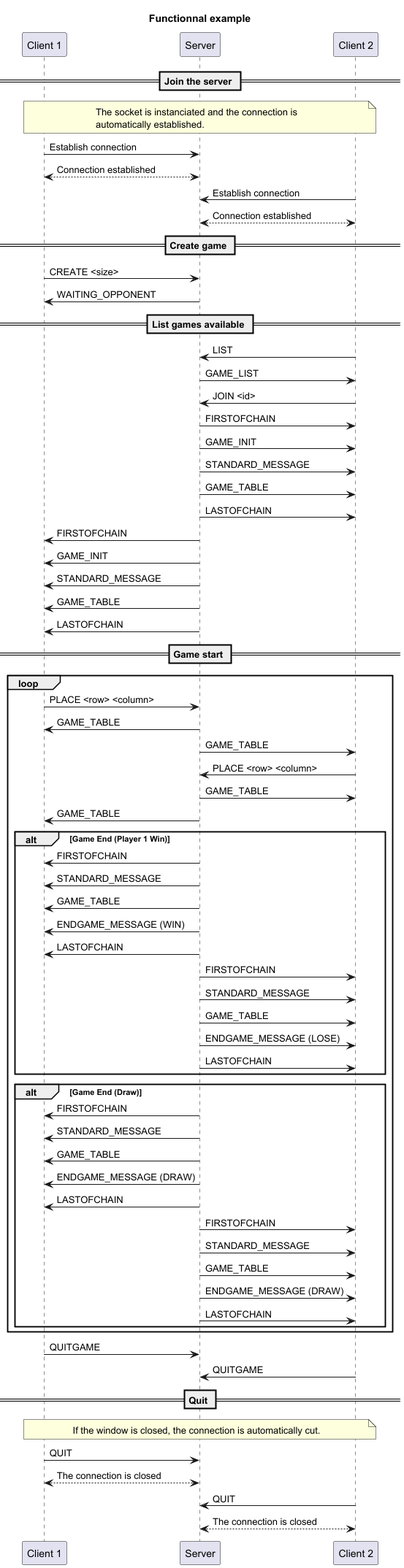
This is doc/img/Functional_example-Functionnal_example.png from AlexB-HEIG/DAI-Practical-work-2, a PlantUML export, as it was before one commit.
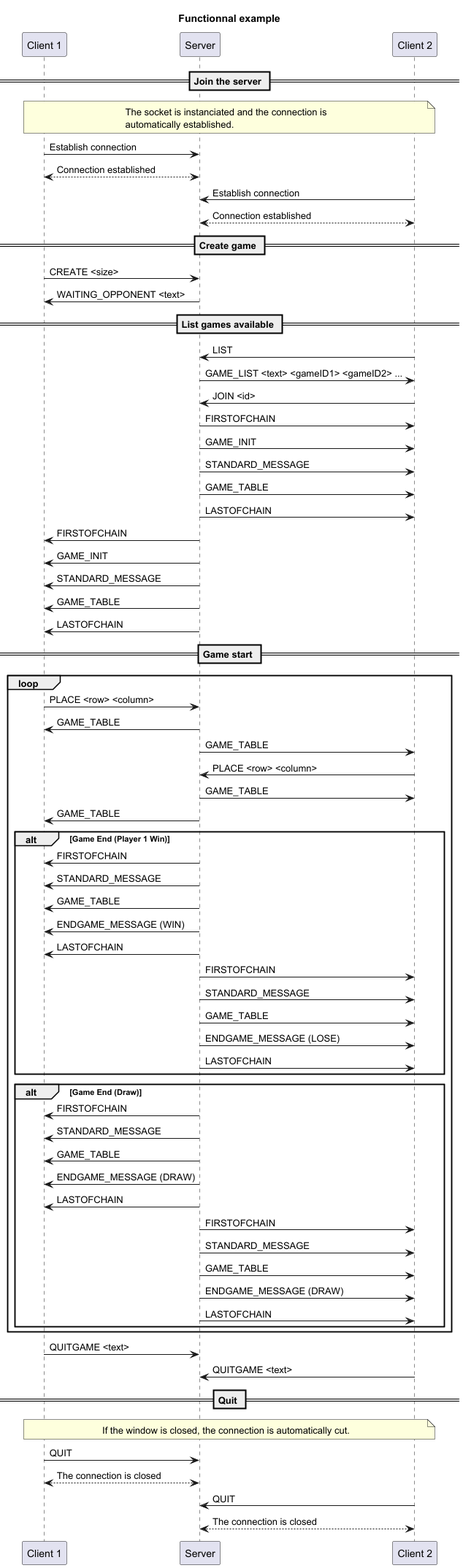
Above is the later version.

Change to the diagram source:
```diff
@@ -23,12 +23,12 @@
 == Create game ==
 
 c1->s: CREATE <size>
-s->c1: WAITING_OPPONENT
+s->c1: WAITING_OPPONENT <text>
 
 == List games available ==
 
 c2->s: LIST
-s->c2: GAME_LIST
+s->c2: GAME_LIST <text> <gameID1> <gameID2> ...
 
 c2->s: JOIN <id>
 
@@ -87,8 +87,8 @@
 
 end
 
-    c1->s: QUITGAME
-    c2->s: QUITGAME
+    c1->s: QUITGAME <text>
+    c2->s: QUITGAME <text>
 
 == Quit ==
 
```
